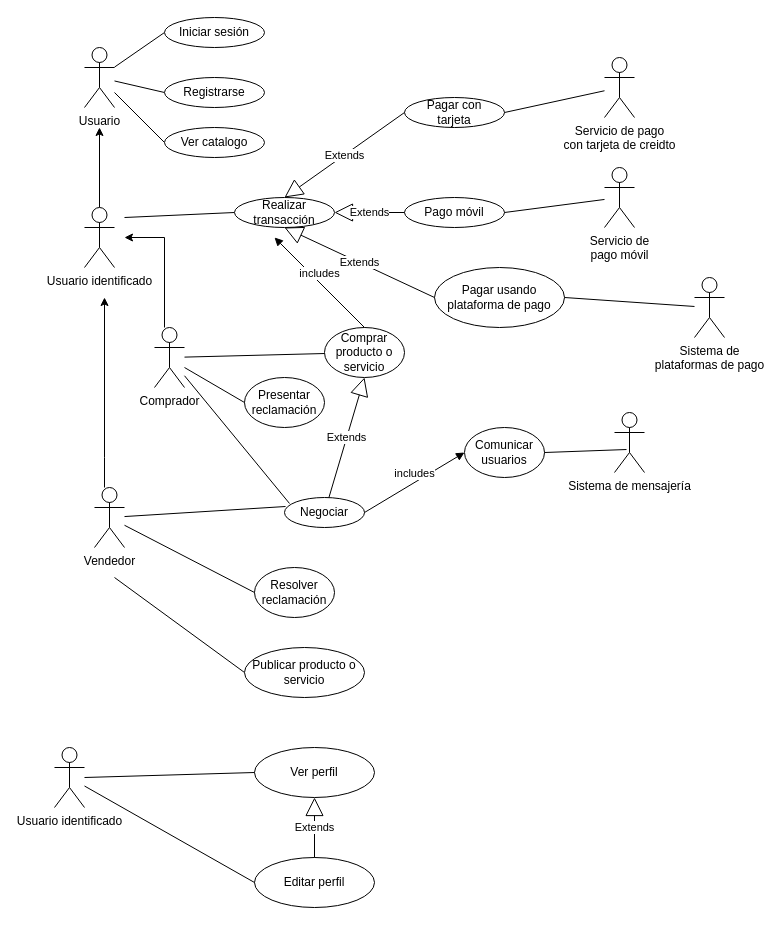
The draw.io diagram Untitled Diagram.drawio in AyobAsroutVargas/lab1, before the edit. Source tidied: cells renumbered, new cells numbered last; positions are measured from the earlier drawing's top-left corner, leaving out a move shared by most shapes. Both pictures are drawn from the tidied source at 100%, with x=0, y=0 at pixel (54, 17).
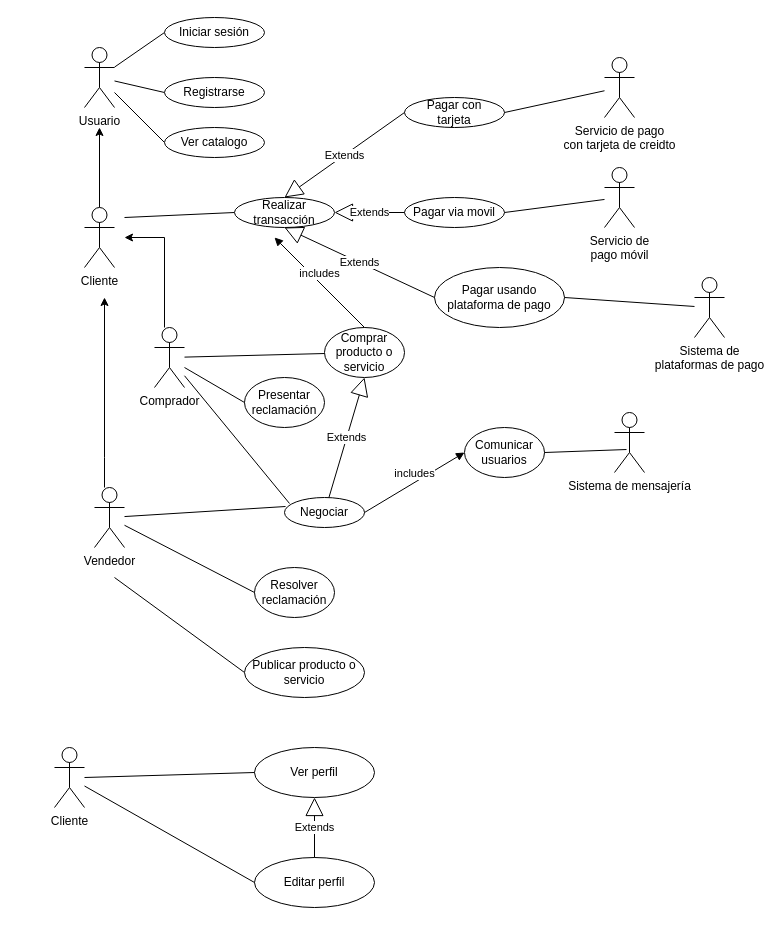
Above is the later version.

Diff of the diagram source:
```diff
@@
-    <mxCell id="8" value="Usuario identificado" style="shape=umlActor;verticalLabelPosition=bottom;verticalAlign=top;html=1;" parent="1" vertex="1">
+    <mxCell id="8" value="Cliente" style="shape=umlActor;verticalLabelPosition=bottom;verticalAlign=top;html=1;" parent="1" vertex="1">
       <mxGeometry x="30" y="190" width="30" height="60" as="geometry" />
     </mxCell>
@@
-    <mxCell id="19" value="Pago móvil" style="ellipse;whiteSpace=wrap;html=1;" parent="1" vertex="1">
+    <mxCell id="19" value="Pagar via movil" style="ellipse;whiteSpace=wrap;html=1;" parent="1" vertex="1">
       <mxGeometry x="350" y="180" width="100" height="30" as="geometry" />
     </mxCell>
@@
-    <mxCell id="47" value="Usuario identificado" style="shape=umlActor;verticalLabelPosition=bottom;verticalAlign=top;html=1;" parent="1" vertex="1">
+    <mxCell id="47" value="Cliente" style="shape=umlActor;verticalLabelPosition=bottom;verticalAlign=top;html=1;" parent="1" vertex="1">
       <mxGeometry y="730" width="30" height="60" as="geometry" />
     </mxCell>
```
